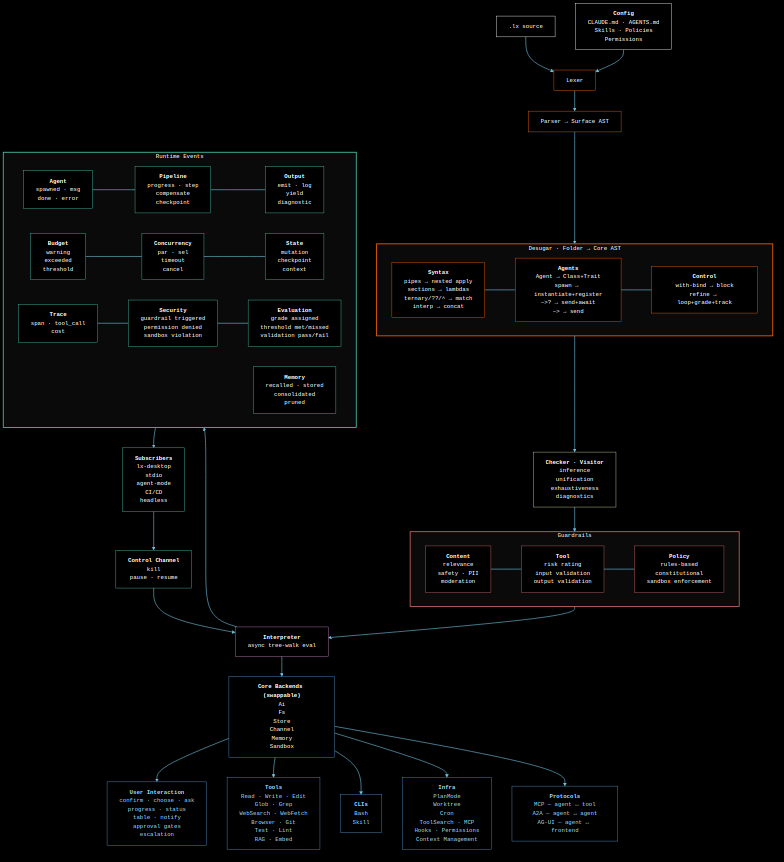
Above: DIAGRAM.png in Distortedlogic/lx (Mermaid), before the change. Its source is kept beside it as DIAGRAM.mmd.
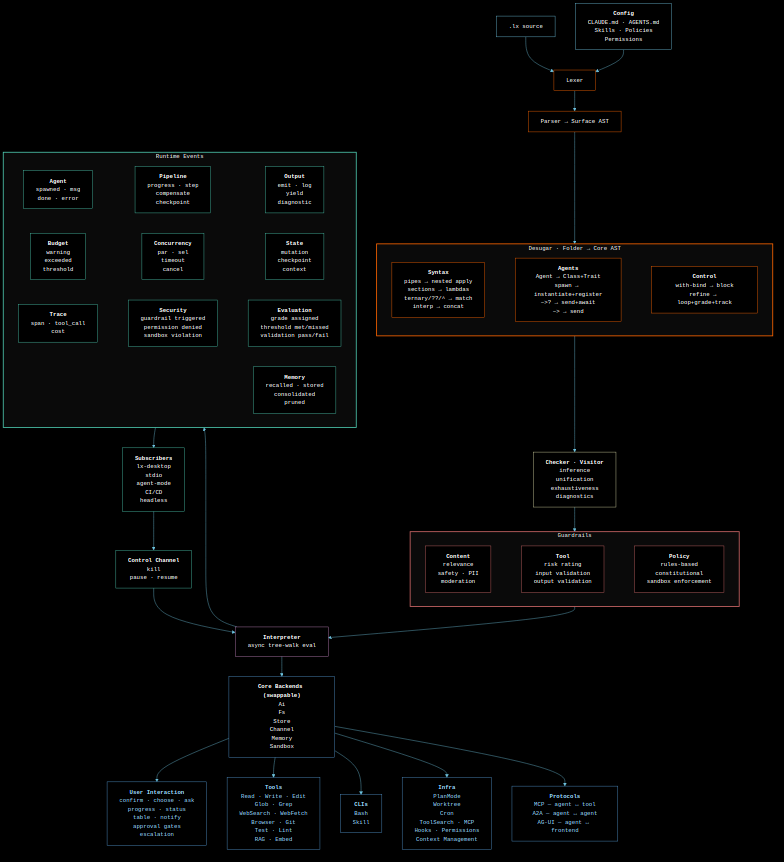
The same file after the commit.

The edit, as a diff of the source:
```diff
@@ -1,9 +1,9 @@
 graph TD
-    source[".lx source"]:::white
+    source[".lx source"]
     config["`**Config**
 CLAUDE.md · AGENTS.md
 Skills · Policies
-Permissions`"]:::white
+Permissions`"]
     source --> lexer["Lexer"]:::orange
     config --> lexer
     lexer --> parser["Parser → Surface AST"]:::orange
@@ -150,17 +150,14 @@
 pause · resume`"]:::teal
     control --> interpreter
 
-    classDef white fill:#000,stroke:#fff,color:#fff
-    classDef orange fill:#000,stroke:#ff6600,color:#fff
-    classDef yellow fill:#000,stroke:#dcdcaa,color:#fff
-    classDef red fill:#000,stroke:#d16969,color:#fff
-    classDef purple fill:#000,stroke:#c586c0,color:#fff
-    classDef blue fill:#000,stroke:#569cd6,color:#fff
-    classDef bluelight fill:#000,stroke:#569cd6,color:#9cdcfe
-    classDef teal fill:#000,stroke:#4ec9b0,color:#fff
+    classDef orange stroke:#ff6600
+    classDef yellow stroke:#dcdcaa
+    classDef red stroke:#d16969
+    classDef purple stroke:#c586c0
+    classDef blue stroke:#569cd6
+    classDef bluelight stroke:#569cd6,color:#9cdcfe
+    classDef teal stroke:#4ec9b0
 
-    style desugars fill:#0a0a0a,stroke:#ff6600,color:#fff,stroke-width:2px
-    style guardrails fill:#0a0a0a,stroke:#d16969,color:#fff,stroke-width:2px
-    style events fill:#0a0a0a,stroke:#4ec9b0,color:#fff,stroke-width:2px
-
-    linkStyle default stroke:#6fc3df,stroke-width:1.5px
+    style desugars stroke:#ff6600,stroke-width:2px
+    style guardrails stroke:#d16969,stroke-width:2px
+    style events stroke:#4ec9b0,stroke-width:2px
```
